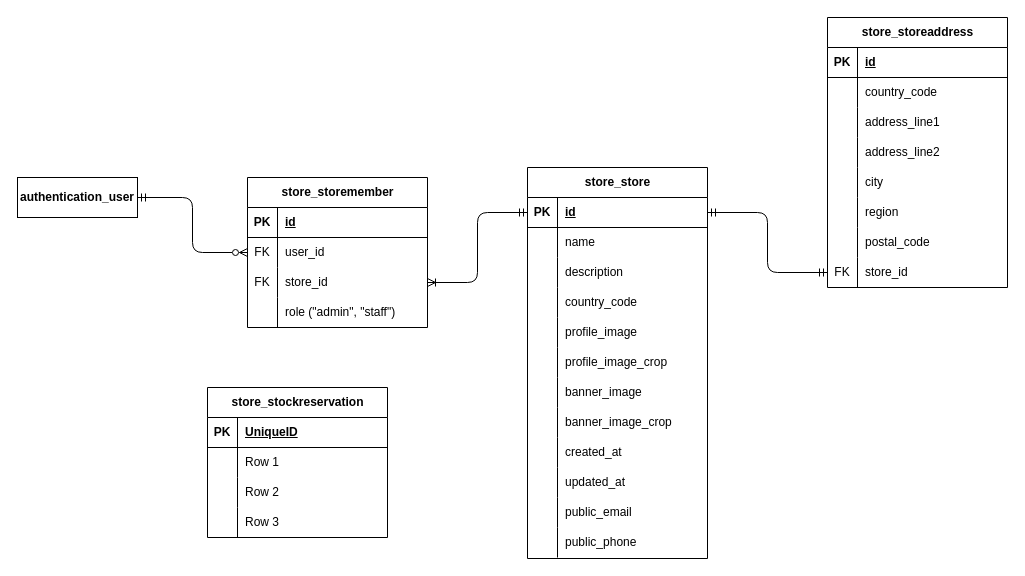
RHILIUS/E-Commerce-Docs keeps this draw.io diagram as page "Store" (7 of 10) of diagrams/erd/e-commerce-entity-relationship-diagram.drawio. Above is the earlier version. Source tidied: cells renumbered, new cells numbered last; positions are measured from the earlier drawing's top-left corner, leaving out a move shared by most shapes. Both pictures are drawn from the tidied source at 100%, with x=0, y=0 at pixel (17, 17).
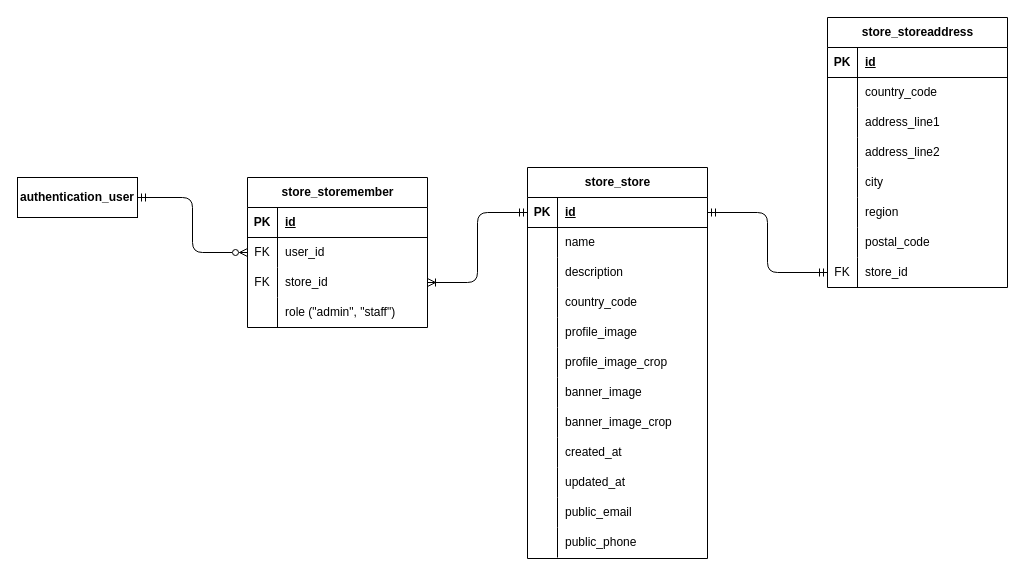
Above is the later version.

What changed in the source:
```diff
@@
-    <mxCell id="81" value="store_stockreservation" style="shape=table;startSize=30;childLayout=tableLayout;rowLines=0;fontStyle=1;align=center;html=1;" parent="1" vertex="1">
-      <mxGeometry x="190" y="370" width="180" height="150" as="geometry" />
-    </mxCell>
-    <mxCell id="82" style="shape=tableRow;horizontal=0;startSize=0;swimlaneHead=0;swimlaneBody=0;fillColor=none;top=0;left=0;right=0;bottom=1;" parent="81" vertex="1">
-      <mxGeometry y="30" width="180" height="30" as="geometry" />
-    </mxCell>
-    <mxCell id="83" value="PK" style="shape=partialRectangle;fillColor=none;top=0;left=0;bottom=0;right=0;fontStyle=1;overflow=hidden;whiteSpace=wrap;html=1;" parent="82" vertex="1">
-      <mxGeometry width="30" height="30" as="geometry" />
-    </mxCell>
-    <mxCell id="84" value="UniqueID" style="shape=partialRectangle;fillColor=none;top=0;left=0;bottom=0;right=0;align=left;spacingLeft=6;fontStyle=5;overflow=hidden;whiteSpace=wrap;html=1;" parent="82" vertex="1">
-      <mxGeometry x="30" width="150" height="30" as="geometry" />
-    </mxCell>
-    <mxCell id="85" style="shape=tableRow;horizontal=0;startSize=0;swimlaneHead=0;swimlaneBody=0;fillColor=none;top=0;left=0;right=0;bottom=0;" parent="81" vertex="1">
-      <mxGeometry y="60" width="180" height="30" as="geometry" />
-    </mxCell>
-    <mxCell id="86" style="shape=partialRectangle;fillColor=none;top=0;left=0;bottom=0;right=0;overflow=hidden;whiteSpace=wrap;html=1;" parent="85" vertex="1">
-      <mxGeometry width="30" height="30" as="geometry" />
-    </mxCell>
-    <mxCell id="87" value="Row 1" style="shape=partialRectangle;fillColor=none;top=0;left=0;bottom=0;right=0;align=left;spacingLeft=6;overflow=hidden;whiteSpace=wrap;html=1;" parent="85" vertex="1">
-      <mxGeometry x="30" width="150" height="30" as="geometry" />
-    </mxCell>
-    <mxCell id="88" style="shape=tableRow;horizontal=0;startSize=0;swimlaneHead=0;swimlaneBody=0;fillColor=none;top=0;left=0;right=0;bottom=0;" parent="81" vertex="1">
-      <mxGeometry y="90" width="180" height="30" as="geometry" />
-    </mxCell>
-    <mxCell id="89" style="shape=partialRectangle;fillColor=none;top=0;left=0;bottom=0;right=0;overflow=hidden;whiteSpace=wrap;html=1;" parent="88" vertex="1">
-      <mxGeometry width="30" height="30" as="geometry" />
-    </mxCell>
-    <mxCell id="90" value="Row 2" style="shape=partialRectangle;fillColor=none;top=0;left=0;bottom=0;right=0;align=left;spacingLeft=6;overflow=hidden;whiteSpace=wrap;html=1;" parent="88" vertex="1">
-      <mxGeometry x="30" width="150" height="30" as="geometry" />
-    </mxCell>
-    <mxCell id="91" style="shape=tableRow;horizontal=0;startSize=0;swimlaneHead=0;swimlaneBody=0;fillColor=none;top=0;left=0;right=0;bottom=0;" parent="81" vertex="1">
-      <mxGeometry y="120" width="180" height="30" as="geometry" />
-    </mxCell>
-    <mxCell id="92" style="shape=partialRectangle;fillColor=none;top=0;left=0;bottom=0;right=0;overflow=hidden;whiteSpace=wrap;html=1;" parent="91" vertex="1">
-      <mxGeometry width="30" height="30" as="geometry" />
-    </mxCell>
-    <mxCell id="93" value="Row 3" style="shape=partialRectangle;fillColor=none;top=0;left=0;bottom=0;right=0;align=left;spacingLeft=6;overflow=hidden;whiteSpace=wrap;html=1;" parent="91" vertex="1">
-      <mxGeometry x="30" width="150" height="30" as="geometry" />
-    </mxCell>
```
